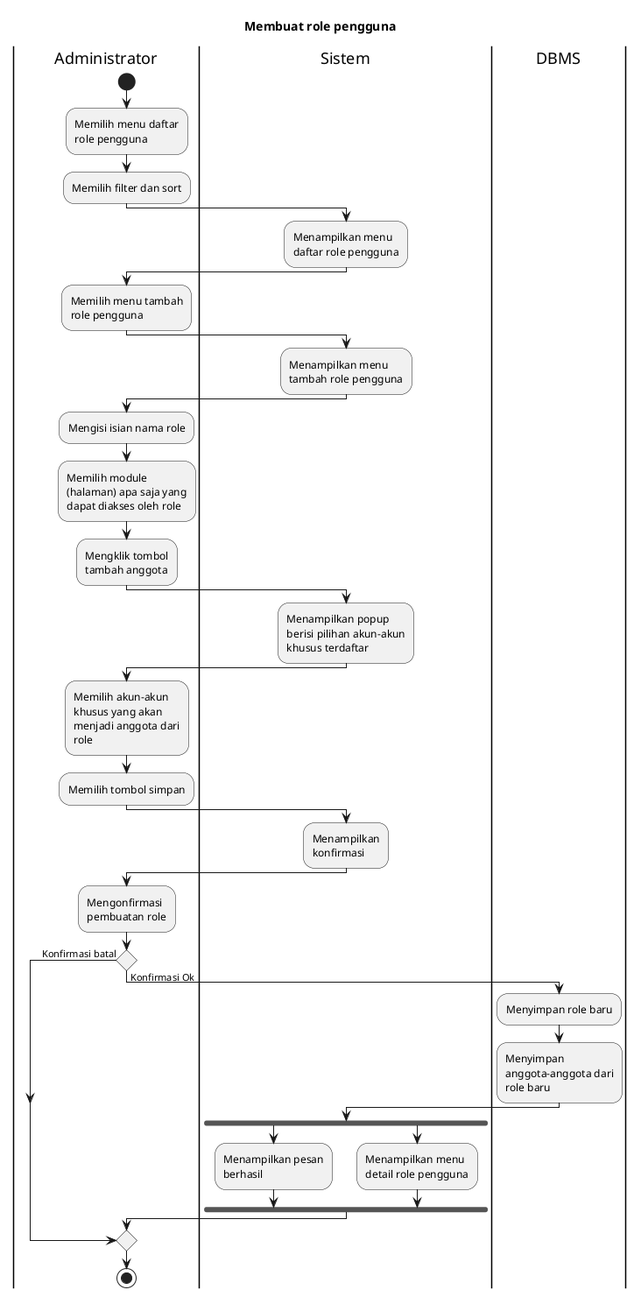
Above: export/Activity Diagrams/UC-MGUSER - Manajemen Pengguna/UC-MGUSER-006 - Membuat role pengguna.png in bagusNA/appl-diagrams (PlantUML), before the change. Source of this version:
```plantuml
@startuml
skinparam wrapWidth 140

title Membuat role pengguna

|Administrator|
start
:Memilih menu daftar role pengguna;
:Memilih filter dan sort;

|Sistem|
:Menampilkan menu daftar role pengguna;

|Administrator|
:Memilih menu tambah role pengguna;

|Sistem|
:Menampilkan menu tambah role pengguna;

|Administrator|
:Mengisi isian nama role;
:Memilih module (halaman) apa saja yang dapat diakses oleh role;
:Mengklik tombol tambah anggota;

|Sistem|
:Menampilkan popup berisi pilihan akun-akun khusus terdaftar;

|Administrator|
:Memilih akun-akun khusus yang akan menjadi anggota dari role;
:Memilih tombol simpan;

|Sistem|
:Menampilkan konfirmasi;

|Administrator|
:Mengonfirmasi pembuatan role;

if () then (Konfirmasi batal)
else (Konfirmasi Ok)
  |DBMS|
  :Menyimpan role baru;
  :Menyimpan anggota-anggota dari role baru;

  |Sistem|
  fork
    :Menampilkan pesan berhasil;
  fork again
    :Menampilkan menu detail role pengguna;
  endfork
endif

|Administrator|
stop
@enduml
```
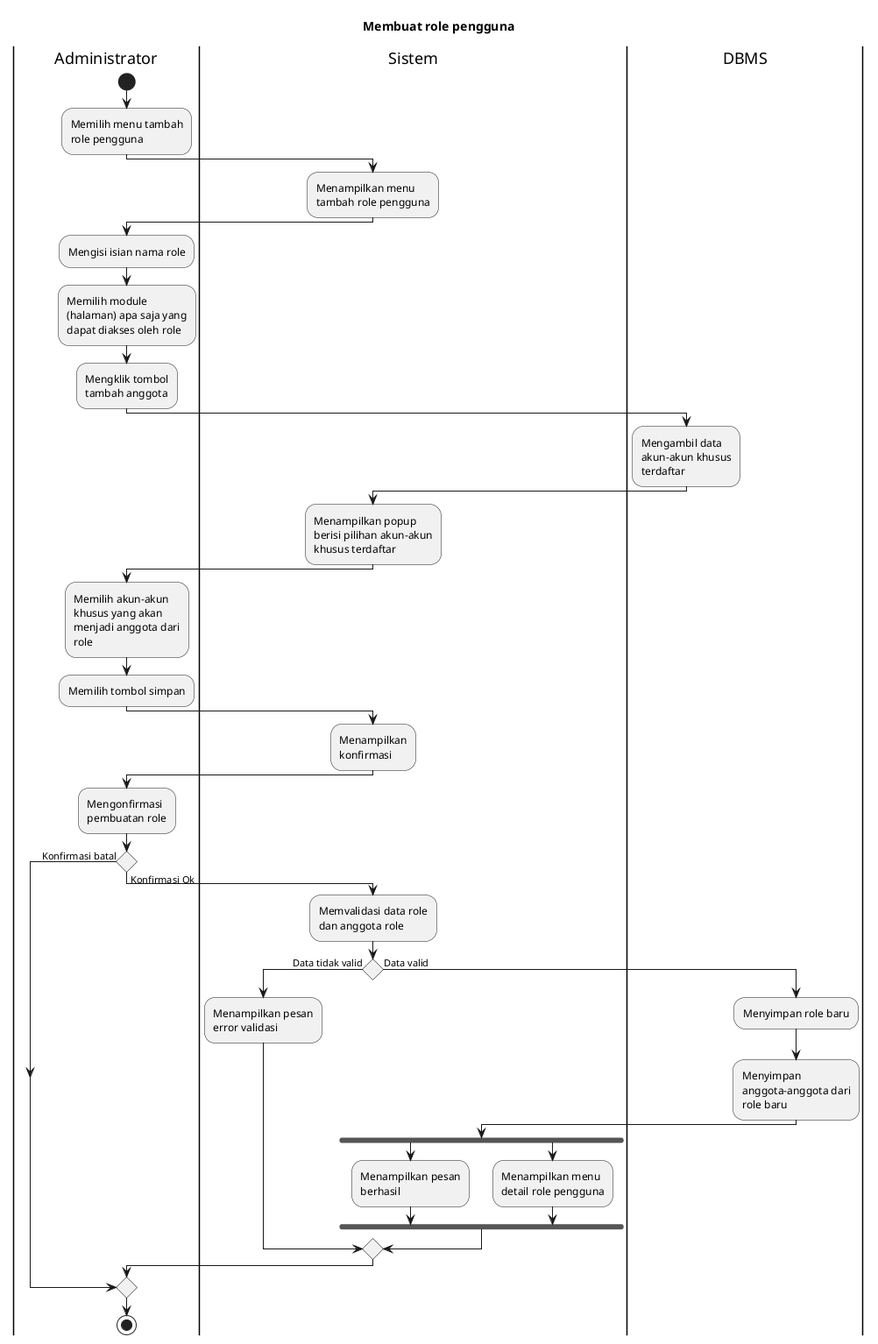
Later version of the same file.

Diff of the diagram source:
```diff
@@ -5,13 +5,6 @@
 
 |Administrator|
 start
-:Memilih menu daftar role pengguna;
-:Memilih filter dan sort;
-
-|Sistem|
-:Menampilkan menu daftar role pengguna;
-
-|Administrator|
 :Memilih menu tambah role pengguna;
 
 |Sistem|
@@ -21,6 +14,9 @@
 :Mengisi isian nama role;
 :Memilih module (halaman) apa saja yang dapat diakses oleh role;
 :Mengklik tombol tambah anggota;
+
+|DBMS|
+:Mengambil data akun-akun khusus terdaftar;
 
 |Sistem|
 :Menampilkan popup berisi pilihan akun-akun khusus terdaftar;
@@ -37,16 +33,23 @@
 
 if () then (Konfirmasi batal)
 else (Konfirmasi Ok)
-  |DBMS|
-  :Menyimpan role baru;
-  :Menyimpan anggota-anggota dari role baru;
+  |Sistem|
+  :Memvalidasi data role dan anggota role;
 
-  |Sistem|
-  fork
-    :Menampilkan pesan berhasil;
-  fork again
-    :Menampilkan menu detail role pengguna;
-  endfork
+  if () then (Data tidak valid)
+    :Menampilkan pesan error validasi;
+  else (Data valid)
+    |DBMS|
+    :Menyimpan role baru;
+    :Menyimpan anggota-anggota dari role baru;
+
+    |Sistem|
+    fork
+      :Menampilkan pesan berhasil;
+    fork again
+      :Menampilkan menu detail role pengguna;
+    endfork
+  endif
 endif
 
 |Administrator|
```
